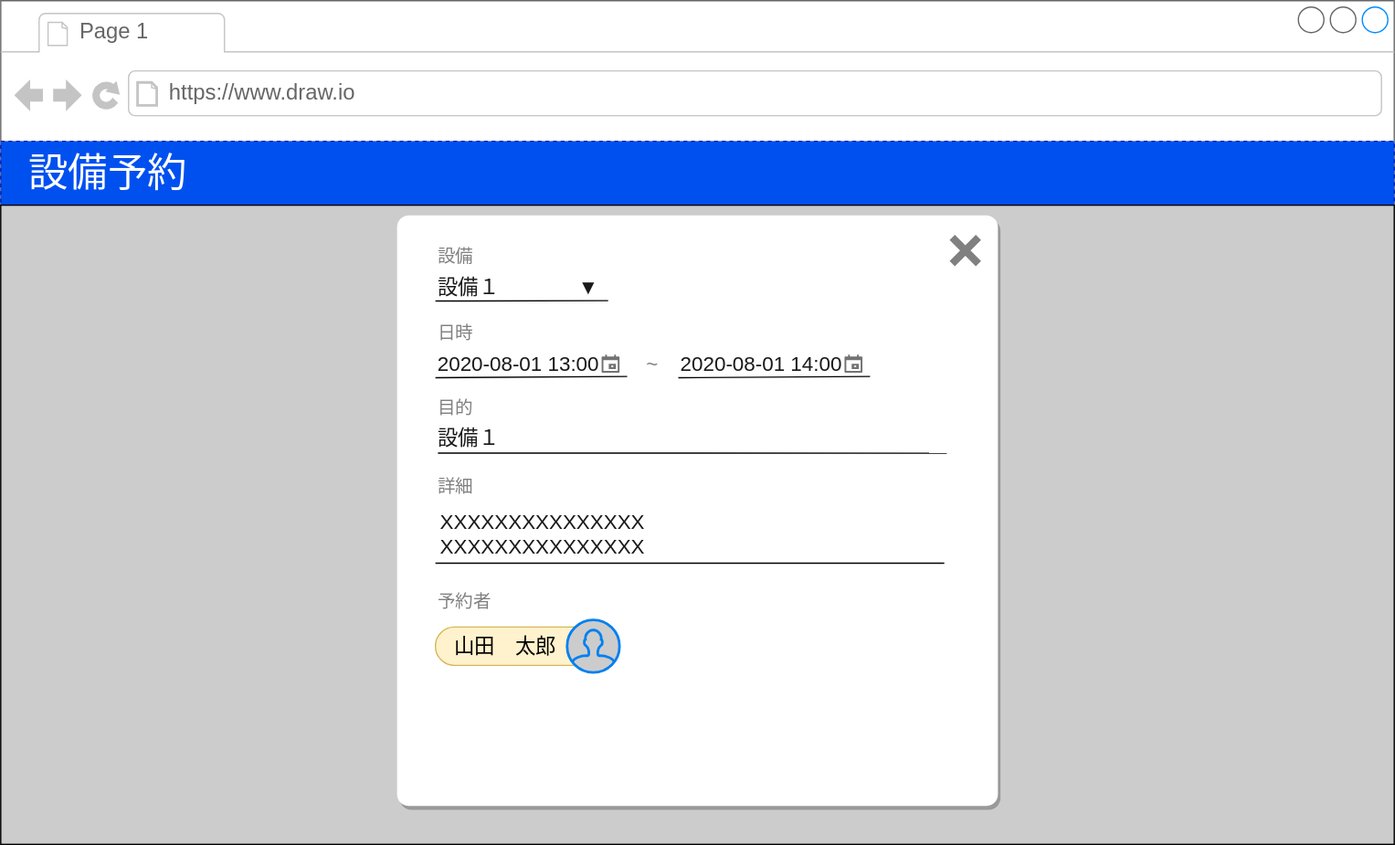
The draw.io diagram docs/reserve-detail.drawio.svg in ebi311/facility-reservation, before a commit. Source tidied: cells renumbered, new cells last; positions are measured from the earlier drawing's top-left corner, leaving out a move shared by most shapes.
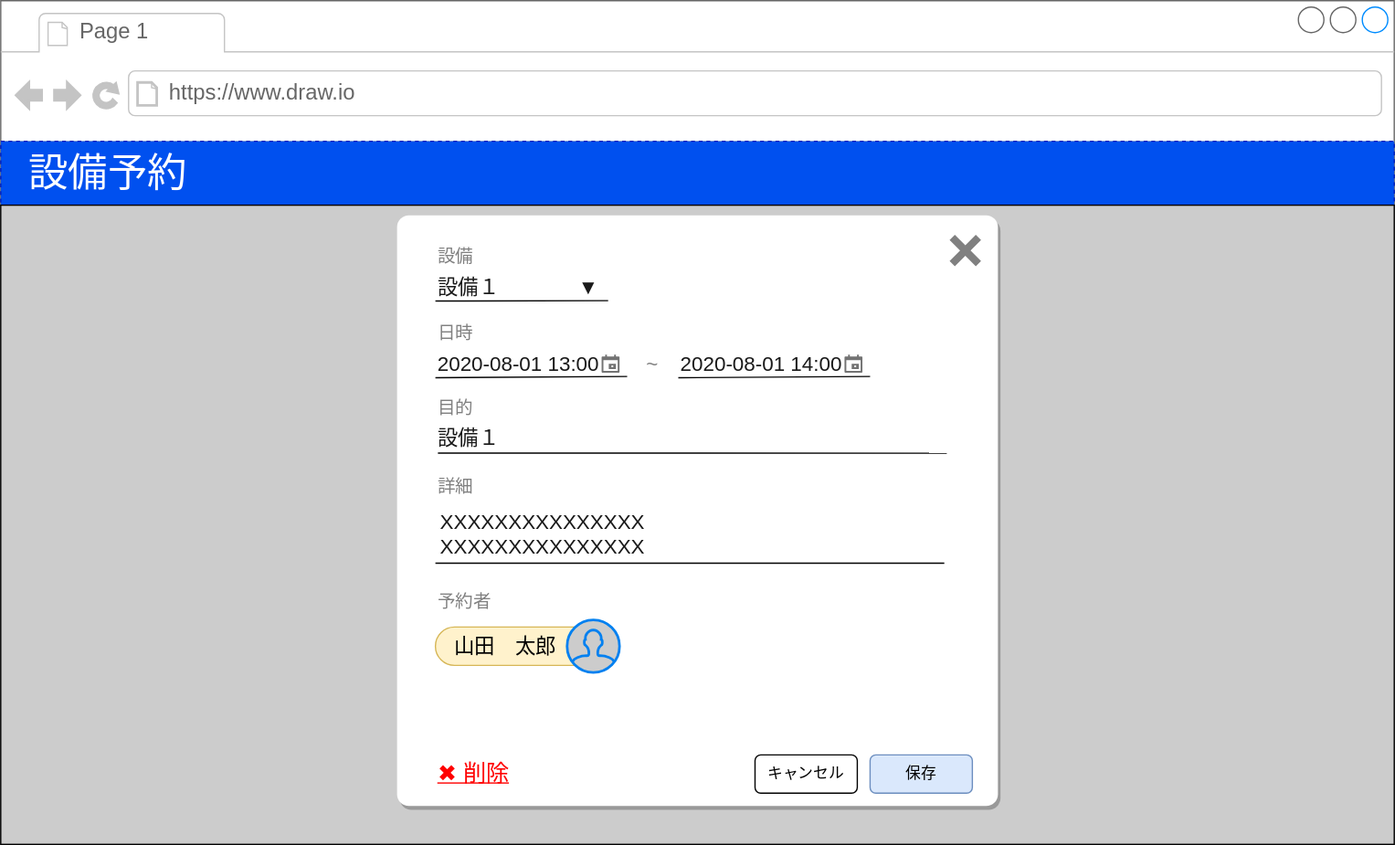
After the commit.

What changed in the source:
```diff
@@ -104,5 +104,14 @@
     <mxCell id="30" style="shape=cross;whiteSpace=wrap;html=1;rounded=1;shadow=0;fillColor=#808080;fontSize=16;fontColor=#333333;align=left;rotation=45;strokeColor=none;" parent="1" vertex="1">
       <mxGeometry x="740" y="181" width="29" height="29" as="geometry" />
     </mxCell>
+    <mxCell id="31" value="保存" style="rounded=1;whiteSpace=wrap;html=1;fillColor=#dae8fc;strokeColor=#6c8ebf;" parent="1" vertex="1">
+      <mxGeometry x="680" y="590" width="80" height="30" as="geometry" />
+    </mxCell>
+    <mxCell id="32" value="キャンセル" style="rounded=1;whiteSpace=wrap;html=1;" parent="1" vertex="1">
+      <mxGeometry x="590" y="590" width="80" height="30" as="geometry" />
+    </mxCell>
+    <mxCell id="33" value="✖ 削除" style="text;html=1;strokeColor=none;fillColor=none;align=center;verticalAlign=middle;whiteSpace=wrap;rounded=0;fontSize=18;fontStyle=4;fontColor=#FF0000;" parent="1" vertex="1">
+      <mxGeometry x="340" y="595" width="60" height="20" as="geometry" />
+    </mxCell>
   </root>
 </mxGraphModel>
```
